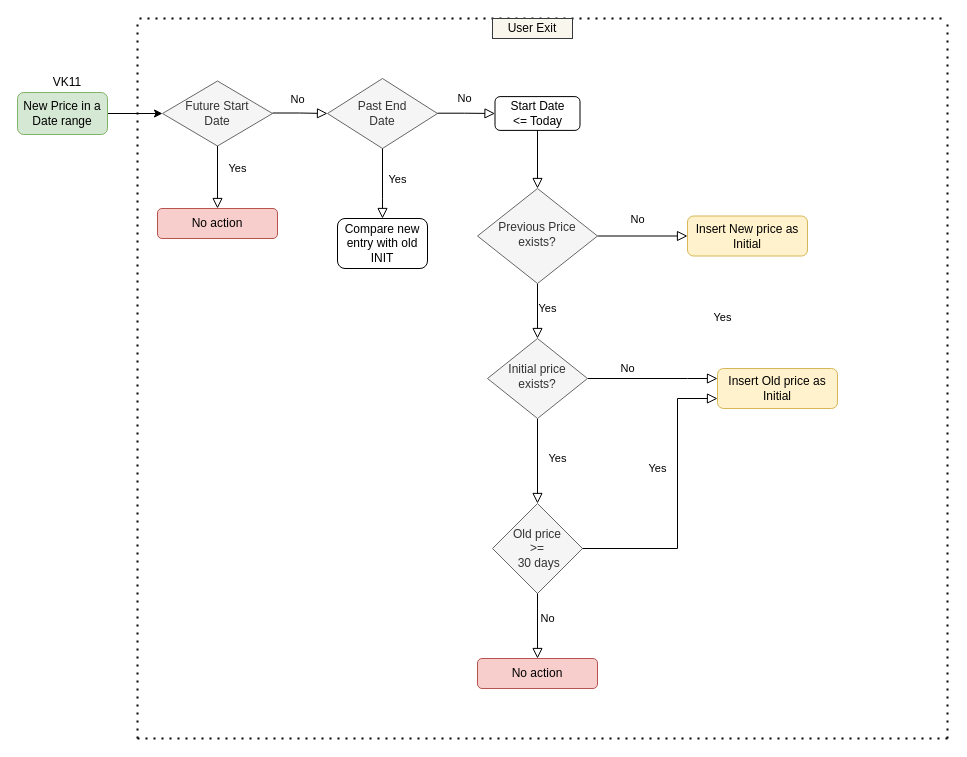
Christiclip/world-life-happiness-visualization keeps this draw.io diagram as Untitled Diagram.drawio. Above is the earlier version. Source tidied: cells renumbered, new cells numbered last; positions are measured from the earlier drawing's top-left corner, leaving out a move shared by most shapes. Both pictures are drawn from the tidied source at 100%, with x=0, y=0 at pixel (17, 18).
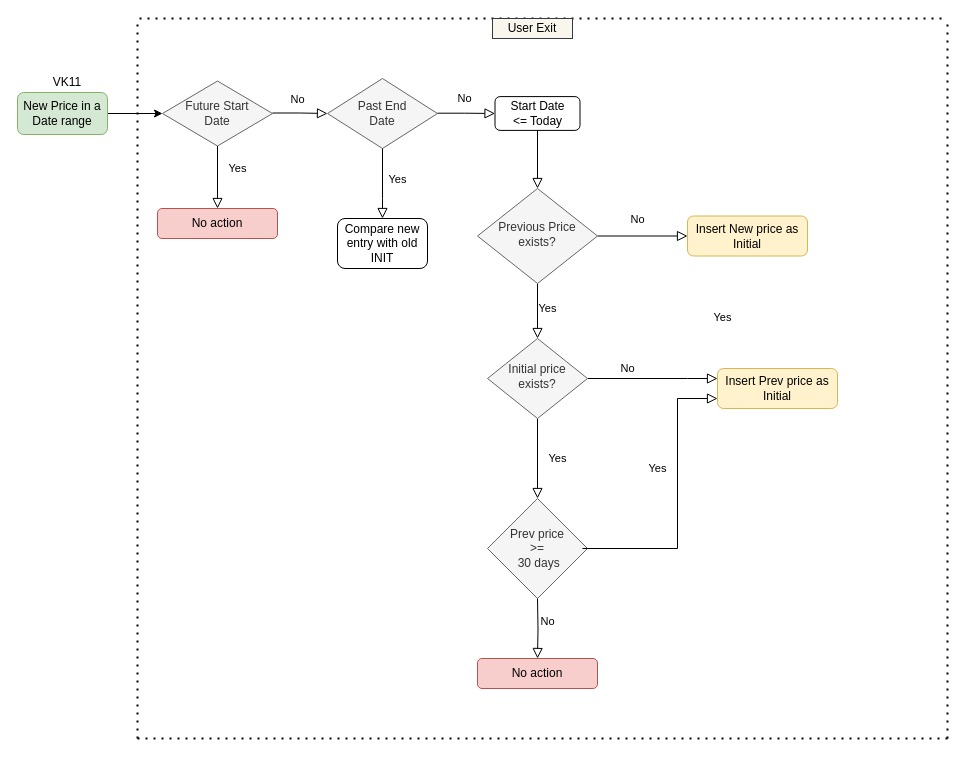
Above is the later version.

The change refers to these unchanged cells:
```xml
<mxCell id="23" value="No action" style="whiteSpace=wrap;html=1;rounded=1;shadow=0;strokeWidth=1;glass=0;fillColor=#f8cecc;strokeColor=#b85450;" parent="1" vertex="1">
  <mxGeometry x="460" y="640" width="120" height="30" as="geometry" />
</mxCell>
```

Change to the diagram source:
```diff
@@
-    <mxCell id="10" value="Insert Old price as Initial" style="rounded=1;whiteSpace=wrap;html=1;fontSize=12;glass=0;strokeWidth=1;shadow=0;fillColor=#fff2cc;strokeColor=#d6b656;" parent="1" vertex="1">
+    <mxCell id="10" value="Insert Prev price as Initial" style="rounded=1;whiteSpace=wrap;html=1;fontSize=12;glass=0;strokeWidth=1;shadow=0;fillColor=#fff2cc;strokeColor=#d6b656;" parent="1" vertex="1">
       <mxGeometry x="700" y="350" width="120" height="40" as="geometry" />
     </mxCell>
@@
-    <mxCell id="15" value="Old price &lt;br&gt;&amp;gt;=&lt;br&gt;&amp;nbsp;30 days" style="rhombus;whiteSpace=wrap;html=1;fillColor=#f5f5f5;strokeColor=#666666;fontColor=#333333;" parent="1" vertex="1">
-      <mxGeometry x="475" y="485" width="90" height="90" as="geometry" />
+    <mxCell id="15" value="Prev price &lt;br&gt;&amp;gt;=&lt;br&gt;&amp;nbsp;30 days" style="rhombus;whiteSpace=wrap;html=1;fillColor=#f5f5f5;strokeColor=#666666;fontColor=#333333;" parent="1" vertex="1">
+      <mxGeometry x="470" y="480" width="100" height="100" as="geometry" />
     </mxCell>
@@
-    <mxCell id="17" value="No" style="rounded=0;html=1;jettySize=auto;fontSize=11;endArrow=block;endFill=0;endSize=8;strokeWidth=1;shadow=0;labelBackgroundColor=none;edgeStyle=orthogonalEdgeStyle;exitX=0.5;exitY=1;exitDx=0;exitDy=0;entryX=0.5;entryY=0;entryDx=0;entryDy=0;" parent="1" edge="1" source="15" target="23">
-      <mxGeometry x="-0.23" y="10" relative="1" as="geometry" />
+    <mxCell id="17" value="No" style="rounded=0;html=1;jettySize=auto;fontSize=11;endArrow=block;endFill=0;endSize=8;strokeWidth=1;shadow=0;labelBackgroundColor=none;edgeStyle=orthogonalEdgeStyle;entryX=0.5;entryY=0;entryDx=0;entryDy=0;" parent="1" edge="1" target="23">
+      <mxGeometry x="-0.23" y="10" relative="1" as="geometry">
+        <mxPoint x="520" y="580" as="sourcePoint" />
+      </mxGeometry>
     </mxCell>
```
